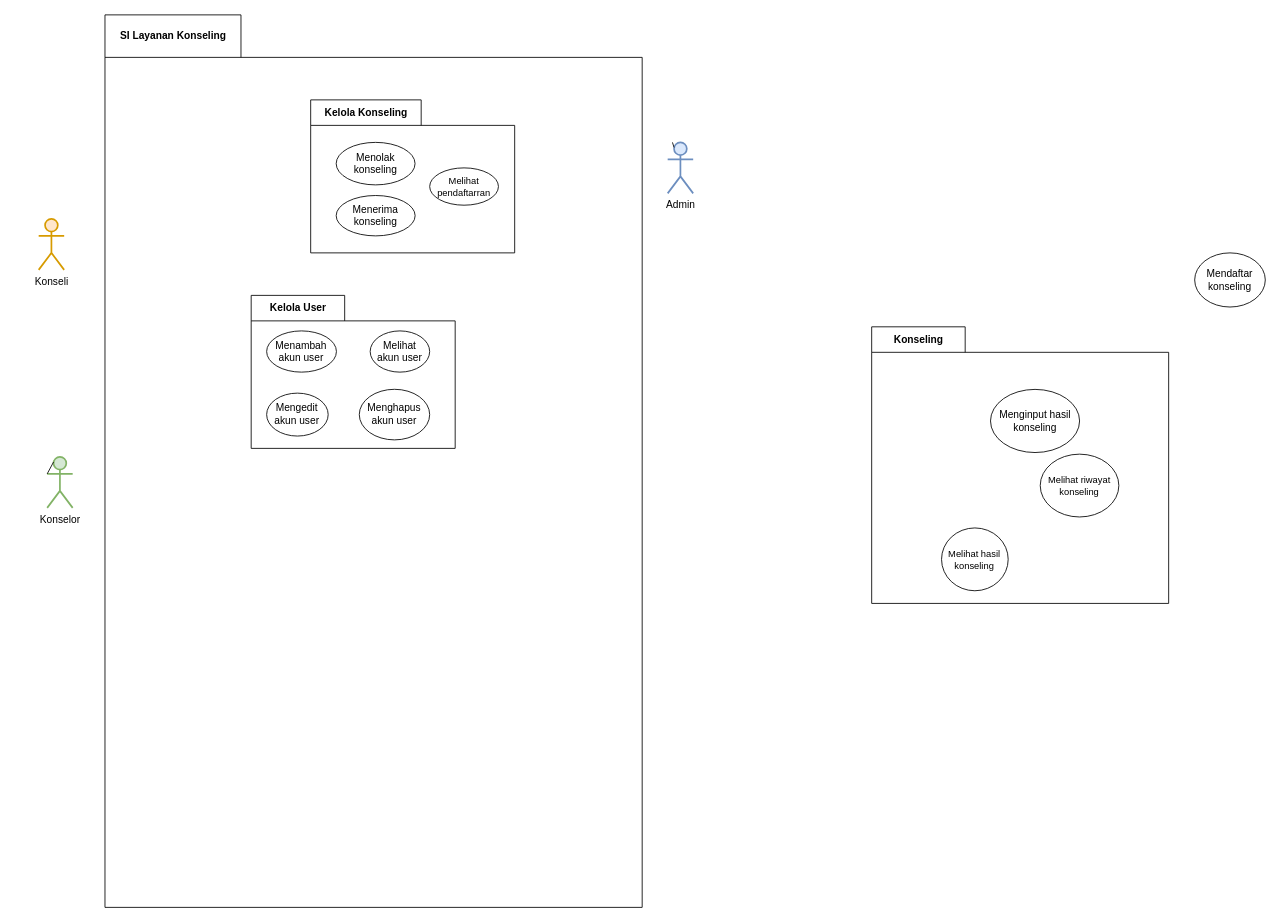
This is page "Package Diagram" (3 of 3) of UML.drawio from rhmdin/TB-APSI, a draw.io file, before an edit. Source tidied: cells renumbered, new cells numbered last; positions are measured from the earlier drawing's top-left corner, leaving out a move shared by most shapes. Both pictures are drawn from the tidied source at 85%, with x=0, y=0 at pixel (38, 14).
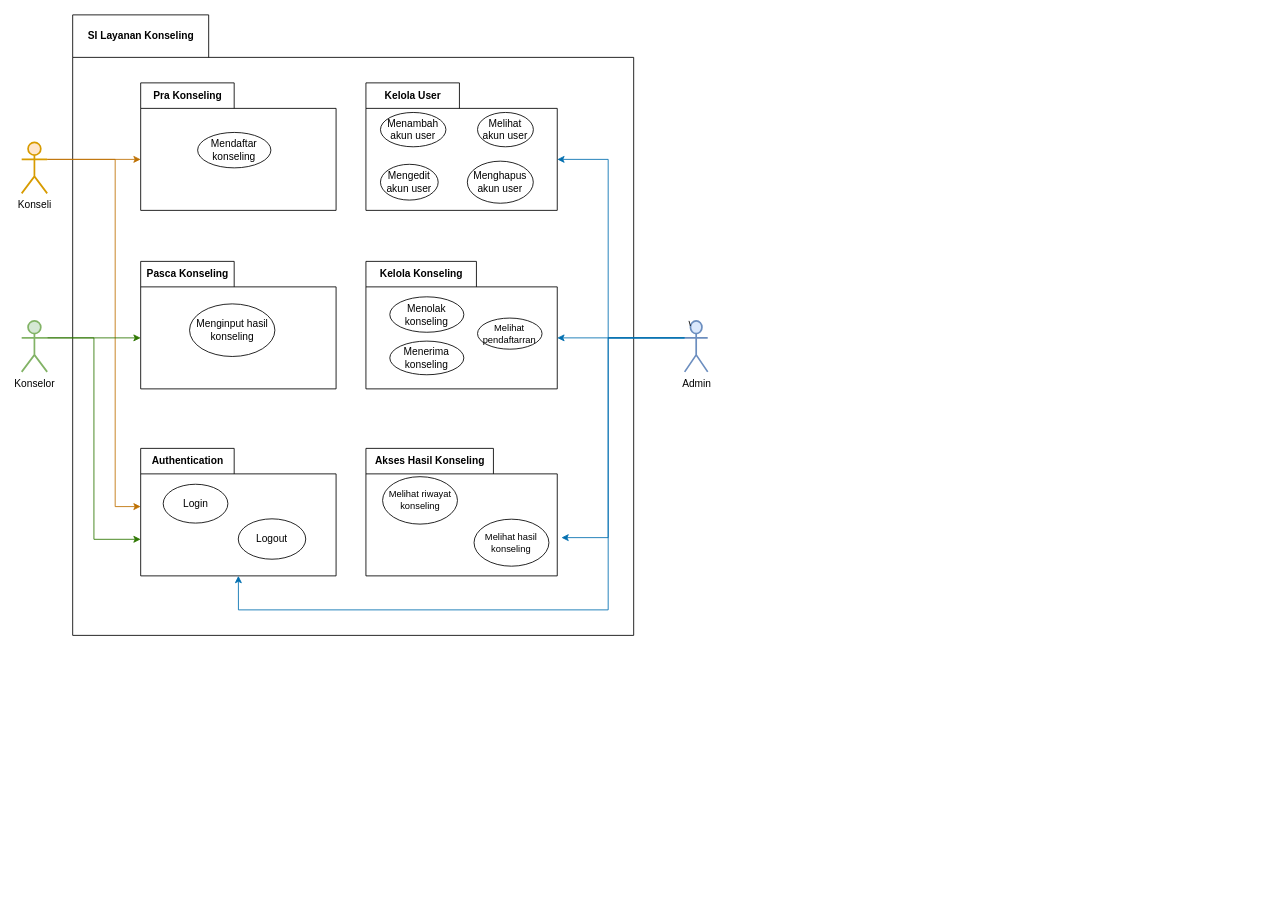
The same page after the edit.

What changed in the source:
```diff
@@
     <mxCell id="2" value="SI Layanan Konseling" style="shape=folder;fontStyle=1;tabWidth=160;tabHeight=50;tabPosition=left;html=1;boundedLbl=1;labelInHeader=1;" parent="1" vertex="1">
-      <mxGeometry x="78" width="632" height="1050" as="geometry" />
+      <mxGeometry x="40" width="660" height="730" as="geometry" />
     </mxCell>
     <mxCell id="3" value="&amp;nbsp;" style="html=1;strokeColor=none;fillColor=none;" parent="2" vertex="1">
-      <mxGeometry width="632" height="735" relative="1" as="geometry">
+      <mxGeometry width="682.3" height="511" relative="1" as="geometry">
         <mxPoint y="30" as="offset" />
       </mxGeometry>
     </mxCell>
     <mxCell id="4" value="Kelola Konseling" style="shape=folder;fontStyle=1;tabWidth=130;tabHeight=30;tabPosition=left;html=1;boundedLbl=1;labelInHeader=1;" parent="2" vertex="1">
-      <mxGeometry x="242" y="100" width="240" height="180" as="geometry" />
+      <mxGeometry x="345" y="290" width="225.1" height="150" as="geometry" />
     </mxCell>
     <mxCell id="5" value="&amp;nbsp;" style="html=1;strokeColor=none;fillColor=none;" parent="4" vertex="1">
-      <mxGeometry width="240" height="126" relative="1" as="geometry">
+      <mxGeometry width="225.09" height="105" relative="1" as="geometry">
         <mxPoint y="30" as="offset" />
       </mxGeometry>
     </mxCell>
     <mxCell id="6" value="Menerima konseling" style="ellipse;whiteSpace=wrap;html=1;" parent="4" vertex="1">
-      <mxGeometry x="30" y="112.5" width="92.9" height="47.5" as="geometry" />
+      <mxGeometry x="28.1" y="93.8" width="87.1" height="39.6" as="geometry" />
     </mxCell>
     <mxCell id="7" value="Menolak konseling" style="ellipse;whiteSpace=wrap;html=1;" parent="4" vertex="1">
-      <mxGeometry x="30" y="50" width="92.8" height="50" as="geometry" />
+      <mxGeometry x="28.1" y="41.7" width="87.1" height="41.7" as="geometry" />
     </mxCell>
     <mxCell id="8" value="Melihat pendaftarran" style="ellipse;whiteSpace=wrap;html=1;fontSize=11;" parent="4" vertex="1">
-      <mxGeometry x="140" y="80" width="80.9" height="43.9" as="geometry" />
+      <mxGeometry x="131.3" y="66.7" width="75.9" height="36.6" as="geometry" />
     </mxCell>
     <mxCell id="9" value="Kelola User" style="shape=folder;fontStyle=1;tabWidth=110;tabHeight=30;tabPosition=left;html=1;boundedLbl=1;labelInHeader=1;" parent="2" vertex="1">
-      <mxGeometry x="172" y="330" width="240" height="180" as="geometry" />
+      <mxGeometry x="345" y="80" width="225.1" height="150" as="geometry" />
     </mxCell>
     <mxCell id="10" style="html=1;strokeColor=none;fillColor=none;" parent="9" vertex="1">
-      <mxGeometry width="240" height="126" relative="1" as="geometry">
+      <mxGeometry width="225.09" height="105" relative="1" as="geometry">
         <mxPoint y="30" as="offset" />
       </mxGeometry>
     </mxCell>
     <mxCell id="11" value="Menambah akun user" style="ellipse;whiteSpace=wrap;html=1;" parent="9" vertex="1">
-      <mxGeometry x="18.2" y="41.8" width="82.1" height="48.5" as="geometry" />
+      <mxGeometry x="17.1" y="34.8" width="77" height="40.4" as="geometry" />
     </mxCell>
     <mxCell id="12" value="Mengedit akun user" style="ellipse;whiteSpace=wrap;html=1;" parent="9" vertex="1">
-      <mxGeometry x="18.2" y="115" width="72.4" height="50.5" as="geometry" />
+      <mxGeometry x="17.1" y="95.8" width="67.9" height="42.1" as="geometry" />
     </mxCell>
     <mxCell id="13" value="Melihat akun user" style="ellipse;whiteSpace=wrap;html=1;" parent="9" vertex="1">
-      <mxGeometry x="140" y="41.8" width="70" height="48.5" as="geometry" />
+      <mxGeometry x="131.3" y="34.8" width="65.7" height="40.4" as="geometry" />
     </mxCell>
     <mxCell id="14" value="Menghapus akun user" style="ellipse;whiteSpace=wrap;html=1;" parent="9" vertex="1">
-      <mxGeometry x="127.2" y="110.5" width="82.8" height="59.5" as="geometry" />
+      <mxGeometry x="119.3" y="92.1" width="77.6" height="49.5" as="geometry" />
     </mxCell>
+    <mxCell id="21" value="Authentication" style="shape=folder;fontStyle=1;tabWidth=110;tabHeight=30;tabPosition=left;html=1;boundedLbl=1;labelInHeader=1;" parent="2" vertex="1">
+      <mxGeometry x="80" y="510" width="229.9" height="150" as="geometry" />
+    </mxCell>
+    <mxCell id="22" style="html=1;strokeColor=none;fillColor=none;" parent="21" vertex="1">
+      <mxGeometry width="211.86" height="105" relative="1" as="geometry">
+        <mxPoint y="30" as="offset" />
+      </mxGeometry>
+    </mxCell>
+    <mxCell id="26" value="Login" style="ellipse;whiteSpace=wrap;html=1;" parent="21" vertex="1">
+      <mxGeometry x="26.5" y="42.2" width="76.1" height="45.7" as="geometry" />
+    </mxCell>
+    <mxCell id="27" value="Logout" style="ellipse;whiteSpace=wrap;html=1;" parent="21" vertex="1">
+      <mxGeometry x="114.8" y="82.9" width="79.4" height="47.5" as="geometry" />
+    </mxCell>
+    <mxCell id="28" value="Akses Hasil Konseling" style="shape=folder;fontStyle=1;tabWidth=150;tabHeight=30;tabPosition=left;html=1;boundedLbl=1;labelInHeader=1;" parent="2" vertex="1">
+      <mxGeometry x="345" y="510" width="225.1" height="150" as="geometry" />
+    </mxCell>
+    <mxCell id="29" value="&amp;nbsp;" style="html=1;strokeColor=none;fillColor=none;" parent="28" vertex="1">
+      <mxGeometry width="225.09" height="105" relative="1" as="geometry">
+        <mxPoint y="30" as="offset" />
+      </mxGeometry>
+    </mxCell>
+    <mxCell id="24" value="Melihat riwayat konseling" style="ellipse;whiteSpace=wrap;html=1;fontSize=11;" parent="28" vertex="1">
+      <mxGeometry x="19.6" y="33.3" width="88.1" height="55.8" as="geometry" />
+    </mxCell>
+    <mxCell id="25" value="Melihat hasil konseling" style="ellipse;whiteSpace=wrap;html=1;fontSize=11;" parent="28" vertex="1">
+      <mxGeometry x="127.2" y="83.3" width="88.1" height="55.3" as="geometry" />
+    </mxCell>
+    <mxCell id="30" value="Pasca Konseling" style="shape=folder;fontStyle=1;tabWidth=110;tabHeight=30;tabPosition=left;html=1;boundedLbl=1;labelInHeader=1;" parent="2" vertex="1">
+      <mxGeometry x="80" y="290" width="229.9" height="150" as="geometry" />
+    </mxCell>
+    <mxCell id="31" value="&amp;nbsp;" style="html=1;strokeColor=none;fillColor=none;" parent="30" vertex="1">
+      <mxGeometry width="229.88" height="105" relative="1" as="geometry">
+        <mxPoint y="30" as="offset" />
+      </mxGeometry>
+    </mxCell>
+    <mxCell id="23" value="Menginput hasil konseling" style="ellipse;whiteSpace=wrap;html=1;" parent="30" vertex="1">
+      <mxGeometry x="57.5" y="50" width="100.4" height="61.9" as="geometry" />
+    </mxCell>
+    <mxCell id="32" value="Pra Konseling" style="shape=folder;fontStyle=1;tabWidth=110;tabHeight=30;tabPosition=left;html=1;boundedLbl=1;labelInHeader=1;" parent="2" vertex="1">
+      <mxGeometry x="80" y="80" width="229.9" height="150" as="geometry" />
+    </mxCell>
+    <mxCell id="33" value="&amp;nbsp;" style="html=1;strokeColor=none;fillColor=none;" parent="32" vertex="1">
+      <mxGeometry width="229.88" height="105" relative="1" as="geometry">
+        <mxPoint y="30" as="offset" />
+      </mxGeometry>
+    </mxCell>
+    <mxCell id="20" value="Mendaftar konseling" style="ellipse;whiteSpace=wrap;html=1;" parent="32" vertex="1">
+      <mxGeometry x="67" y="58.3" width="86.2" height="41.7" as="geometry" />
+    </mxCell>
+    <mxCell id="34" style="rounded=0;jettySize=auto;html=1;exitX=1;exitY=0.3333333333333333;exitDx=0;exitDy=0;exitPerimeter=0;entryX=0;entryY=0;entryDx=0;entryDy=90;entryPerimeter=0;fillColor=#f0a30a;strokeColor=#BD7000;" parent="1" edge="1" source="17" target="32">
+      <mxGeometry relative="1" as="geometry" />
+    </mxCell>
+    <mxCell id="35" style="rounded=0;jettySize=auto;html=1;exitX=1;exitY=0.3333333333333333;exitDx=0;exitDy=0;exitPerimeter=0;entryX=0;entryY=0;entryDx=0;entryDy=68.4875;entryPerimeter=0;edgeStyle=orthogonalEdgeStyle;fillColor=#f0a30a;strokeColor=#BD7000;" parent="1" edge="1" source="17" target="21">
+      <mxGeometry relative="1" as="geometry">
+        <Array as="points">
+          <mxPoint x="90" y="170" />
+          <mxPoint x="90" y="578" />
+        </Array>
+      </mxGeometry>
+    </mxCell>
+    <mxCell id="17" value="Konseli" style="shape=umlActor;verticalLabelPosition=bottom;verticalAlign=top;html=1;outlineConnect=0;fillColor=#ffe6cc;strokeColor=#d79b00;strokeWidth=2;" parent="1" vertex="1">
+      <mxGeometry x="-20" y="150" width="30" height="60" as="geometry" />
+    </mxCell>
+    <mxCell id="36" style="edgeStyle=none;rounded=0;jettySize=auto;html=1;exitX=1;exitY=0.3333333333333333;exitDx=0;exitDy=0;exitPerimeter=0;entryX=0;entryY=0;entryDx=0;entryDy=90;entryPerimeter=0;fillColor=#60a917;strokeColor=#2D7600;" parent="1" edge="1" source="18" target="30">
+      <mxGeometry relative="1" as="geometry" />
+    </mxCell>
+    <mxCell id="37" style="edgeStyle=orthogonalEdgeStyle;rounded=0;jettySize=auto;html=1;exitX=1;exitY=0.3333333333333333;exitDx=0;exitDy=0;exitPerimeter=0;entryX=0;entryY=0;entryDx=0;entryDy=106.975;entryPerimeter=0;fillColor=#60a917;strokeColor=#2D7600;" parent="1" edge="1" source="18" target="21">
+      <mxGeometry relative="1" as="geometry" />
+    </mxCell>
+    <mxCell id="18" value="Konselor" style="shape=umlActor;verticalLabelPosition=bottom;verticalAlign=top;html=1;outlineConnect=0;fillColor=#d5e8d4;strokeColor=#82b366;strokeWidth=2;" parent="1" vertex="1">
+      <mxGeometry x="-20" y="360" width="30" height="60" as="geometry" />
+    </mxCell>
+    <mxCell id="38" style="edgeStyle=orthogonalEdgeStyle;rounded=0;jettySize=auto;html=1;exitX=0;exitY=0.3333333333333333;exitDx=0;exitDy=0;exitPerimeter=0;entryX=0;entryY=0;entryDx=225.09251868514622;entryDy=90;entryPerimeter=0;fillColor=#1ba1e2;strokeColor=#006EAF;" parent="1" edge="1" source="15" target="9">
+      <mxGeometry relative="1" as="geometry">
+        <Array as="points">
+          <mxPoint x="670" y="380" />
+          <mxPoint x="670" y="170" />
+        </Array>
+      </mxGeometry>
+    </mxCell>
     <mxCell id="15" value="Admin" style="shape=umlActor;verticalLabelPosition=bottom;verticalAlign=top;html=1;outlineConnect=0;fillColor=#dae8fc;strokeColor=#6c8ebf;strokeWidth=2;" parent="1" vertex="1">
-      <mxGeometry x="740" y="150" width="30" height="60" as="geometry" />
+      <mxGeometry x="760" y="360" width="27.1" height="60" as="geometry" />
     </mxCell>
@@
-    <mxCell id="17" value="Konseli" style="shape=umlActor;verticalLabelPosition=bottom;verticalAlign=top;html=1;outlineConnect=0;fillColor=#ffe6cc;strokeColor=#d79b00;strokeWidth=2;" parent="1" vertex="1">
-      <mxGeometry y="240" width="30" height="60" as="geometry" />
-    </mxCell>
-    <mxCell id="18" value="Konselor" style="shape=umlActor;verticalLabelPosition=bottom;verticalAlign=top;html=1;outlineConnect=0;fillColor=#d5e8d4;strokeColor=#82b366;strokeWidth=2;" parent="1" vertex="1">
-      <mxGeometry x="10" y="520" width="30" height="60" as="geometry" />
-    </mxCell>
-    <mxCell id="19" style="edgeStyle=none;rounded=0;orthogonalLoop=1;jettySize=auto;html=1;exitX=0.25;exitY=0.1;exitDx=0;exitDy=0;exitPerimeter=0;entryX=0;entryY=0.3333333333333333;entryDx=0;entryDy=0;entryPerimeter=0;endArrow=none;endFill=0;" parent="1" edge="1" source="18" target="18">
-      <mxGeometry relative="1" as="geometry" />
-    </mxCell>
-    <mxCell id="20" value="Mendaftar konseling" style="ellipse;whiteSpace=wrap;html=1;" parent="1" vertex="1">
-      <mxGeometry x="1360" y="280" width="83.1" height="63.7" as="geometry" />
-    </mxCell>
-    <mxCell id="21" value="Konseling" style="shape=folder;fontStyle=1;tabWidth=110;tabHeight=30;tabPosition=left;html=1;boundedLbl=1;labelInHeader=1;" parent="1" vertex="1">
-      <mxGeometry x="980" y="367" width="349.4" height="325.4" as="geometry" />
-    </mxCell>
-    <mxCell id="22" style="html=1;strokeColor=none;fillColor=none;" parent="21" vertex="1">
-      <mxGeometry width="349.4" height="227.75" relative="1" as="geometry">
-        <mxPoint y="30" as="offset" />
-      </mxGeometry>
-    </mxCell>
-    <mxCell id="23" value="Menginput hasil konseling" style="ellipse;whiteSpace=wrap;html=1;" parent="21" vertex="1">
-      <mxGeometry x="139.8" y="73.6" width="104.8" height="74.3" as="geometry" />
-    </mxCell>
-    <mxCell id="24" value="Melihat riwayat konseling" style="ellipse;whiteSpace=wrap;html=1;fontSize=11;" parent="21" vertex="1">
-      <mxGeometry x="198.3" y="149.8" width="92.5" height="73.9" as="geometry" />
-    </mxCell>
-    <mxCell id="25" value="Melihat hasil konseling" style="ellipse;whiteSpace=wrap;html=1;fontSize=11;" parent="21" vertex="1">
-      <mxGeometry x="82.2" y="236.6" width="78.4" height="73.9" as="geometry" />
-    </mxCell>
+    <mxCell id="39" style="rounded=0;jettySize=auto;html=1;exitX=0;exitY=0.3333333333333333;exitDx=0;exitDy=0;exitPerimeter=0;entryX=0.5;entryY=1;entryDx=0;entryDy=0;entryPerimeter=0;edgeStyle=orthogonalEdgeStyle;fillColor=#1ba1e2;strokeColor=#006EAF;" parent="1" edge="1" source="15" target="21">
+      <mxGeometry relative="1" as="geometry">
+        <Array as="points">
+          <mxPoint x="670" y="380" />
+          <mxPoint x="670" y="700" />
+          <mxPoint x="235" y="700" />
+        </Array>
+      </mxGeometry>
+    </mxCell>
+    <mxCell id="40" style="rounded=0;jettySize=auto;html=1;exitX=0;exitY=0.3333333333333333;exitDx=0;exitDy=0;exitPerimeter=0;entryX=0;entryY=0;entryDx=230;entryDy=105;entryPerimeter=0;edgeStyle=orthogonalEdgeStyle;fillColor=#1ba1e2;strokeColor=#006EAF;" parent="1" edge="1" source="15" target="28">
+      <mxGeometry relative="1" as="geometry">
+        <Array as="points">
+          <mxPoint x="670" y="380" />
+          <mxPoint x="670" y="615" />
+        </Array>
+      </mxGeometry>
+    </mxCell>
+    <mxCell id="41" style="rounded=0;jettySize=auto;html=1;exitX=0;exitY=0.3333333333333333;exitDx=0;exitDy=0;exitPerimeter=0;entryX=0;entryY=0;entryDx=225.0925186851462;entryDy=90;entryPerimeter=0;fillColor=#1ba1e2;strokeColor=#006EAF;" parent="1" edge="1" source="15" target="4">
+      <mxGeometry relative="1" as="geometry" />
+    </mxCell>
```
